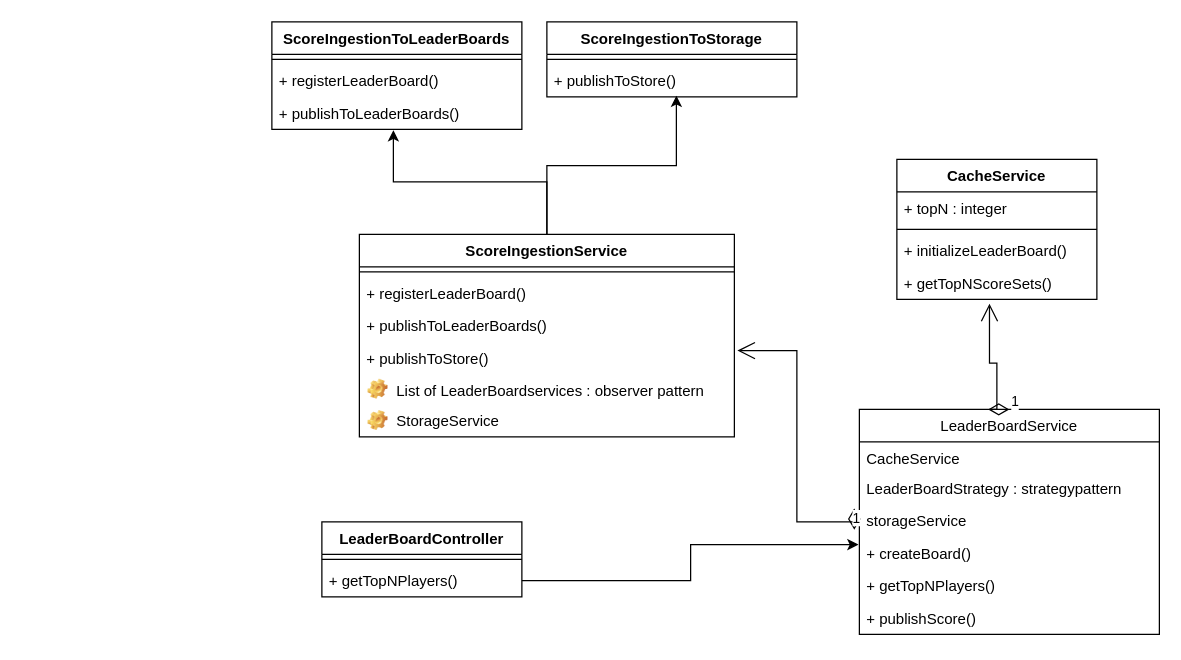
Above: lldv1.drawio in pranavak/Intuit-Craft-Demo-LeaderBoard (draw.io), before the change. Source tidied: cells renumbered, new cells numbered last; positions are measured from the earlier drawing's top-left corner, leaving out a move shared by most shapes. Both pictures are drawn from the tidied source at 125%, with x=0, y=0 at pixel (271, 21).
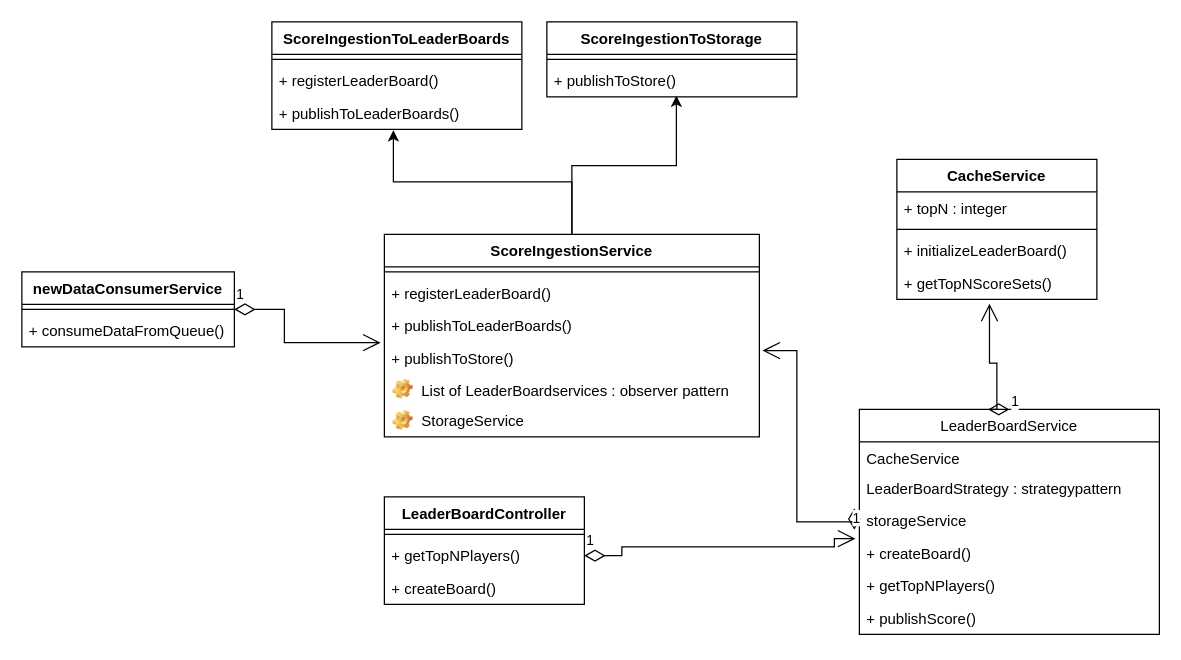
The same page after the edit.

Unchanged cells that the change refers to:
```xml
<mxCell id="15" value="+ publishToStore()" style="text;strokeColor=none;fillColor=none;align=left;verticalAlign=top;spacingLeft=4;spacingRight=4;overflow=hidden;points=[[0,0.5],[1,0.5]];portConstraint=eastwest;" parent="11" vertex="1">
  <mxGeometry y="86" width="300" height="26" as="geometry" />
</mxCell>
<mxCell id="22" value="+ createBoard()" style="text;strokeColor=none;fillColor=none;align=left;verticalAlign=top;spacingLeft=4;spacingRight=4;overflow=hidden;points=[[0,0.5],[1,0.5]];portConstraint=eastwest;" parent="18" vertex="1">
  <mxGeometry y="102" width="240" height="26" as="geometry" />
</mxCell>
```

What changed in the source:
```diff
@@
     <mxCell id="11" value="ScoreIngestionService" style="swimlane;fontStyle=1;align=center;verticalAlign=top;horizontal=1;startSize=26;" parent="1" vertex="1">
-      <mxGeometry x="70" y="170" width="300" height="162" as="geometry" />
+      <mxGeometry x="90" y="170" width="300" height="162" as="geometry" />
     </mxCell>
@@
     <mxCell id="32" value="LeaderBoardController" style="swimlane;fontStyle=1;align=center;verticalAlign=top;horizontal=1;startSize=26;" parent="1" vertex="1">
-      <mxGeometry x="40" y="400" width="160" height="60" as="geometry" />
+      <mxGeometry x="90" y="380" width="160" height="86" as="geometry" />
     </mxCell>
@@
+    <mxCell id="36" value="+ getTopNPlayers()" style="text;strokeColor=none;fillColor=none;align=left;verticalAlign=top;spacingLeft=4;spacingRight=4;overflow=hidden;points=[[0,0.5],[1,0.5]];portConstraint=eastwest;" parent="32" vertex="1">
+      <mxGeometry y="34" width="160" height="26" as="geometry" />
+    </mxCell>
-    <mxCell id="34" value="+ getTopNPlayers()" style="text;strokeColor=none;fillColor=none;align=left;verticalAlign=top;spacingLeft=4;spacingRight=4;overflow=hidden;points=[[0,0.5],[1,0.5]];portConstraint=eastwest;" parent="32" vertex="1">
-      <mxGeometry y="34" width="160" height="26" as="geometry" />
+    <mxCell id="34" value="+ createBoard()" style="text;strokeColor=none;fillColor=none;align=left;verticalAlign=top;spacingLeft=4;spacingRight=4;overflow=hidden;points=[[0,0.5],[1,0.5]];portConstraint=eastwest;" parent="32" vertex="1">
+      <mxGeometry y="60" width="160" height="26" as="geometry" />
     </mxCell>
-    <mxCell id="35" style="edgeStyle=orthogonalEdgeStyle;rounded=0;jettySize=auto;html=1;entryX=-0.003;entryY=0.238;entryDx=0;entryDy=0;entryPerimeter=0;" parent="1" edge="1" source="34" target="22">
-      <mxGeometry relative="1" as="geometry" />
-    </mxCell>
+    <mxCell id="37" value="newDataConsumerService" style="swimlane;fontStyle=1;align=center;verticalAlign=top;horizontal=1;startSize=26;" parent="1" vertex="1">
+      <mxGeometry x="-200" y="200" width="170" height="60" as="geometry" />
+    </mxCell>
+    <mxCell id="38" style="line;strokeWidth=1;fillColor=none;align=left;verticalAlign=middle;spacingTop=-1;spacingLeft=3;spacingRight=3;labelPosition=right;" parent="37" vertex="1">
+      <mxGeometry y="26" width="170" height="8" as="geometry" />
+    </mxCell>
+    <mxCell id="39" value="+ consumeDataFromQueue()" style="text;strokeColor=none;fillColor=none;align=left;verticalAlign=top;spacingLeft=4;spacingRight=4;overflow=hidden;" parent="37" vertex="1">
+      <mxGeometry y="34" width="170" height="26" as="geometry" />
+    </mxCell>
+    <mxCell id="40" value="1" style="endArrow=open;html=1;endSize=12;startArrow=diamondThin;startSize=14;startFill=0;edgeStyle=orthogonalEdgeStyle;align=left;verticalAlign=bottom;rounded=0;exitX=1;exitY=0.5;exitDx=0;exitDy=0;entryX=-0.01;entryY=0.023;entryDx=0;entryDy=0;entryPerimeter=0;" parent="1" edge="1" source="37" target="15">
+      <mxGeometry x="-1" y="3" relative="1" as="geometry">
+        <Array as="points">
+          <mxPoint x="10" y="230" />
+          <mxPoint x="10" y="257" />
+        </Array>
+      </mxGeometry>
+    </mxCell>
+    <mxCell id="41" value="1" style="endArrow=open;html=1;endSize=12;startArrow=diamondThin;startSize=14;startFill=0;edgeStyle=orthogonalEdgeStyle;align=left;verticalAlign=bottom;rounded=0;exitX=1;exitY=0.5;exitDx=0;exitDy=0;entryX=-0.013;entryY=0.054;entryDx=0;entryDy=0;entryPerimeter=0;" parent="1" edge="1" source="36" target="22">
+      <mxGeometry x="-1" y="3" relative="1" as="geometry">
+        <Array as="points">
+          <mxPoint x="280" y="427" />
+          <mxPoint x="280" y="420" />
+          <mxPoint x="450" y="420" />
+          <mxPoint x="450" y="413" />
+        </Array>
+      </mxGeometry>
+    </mxCell>
```
